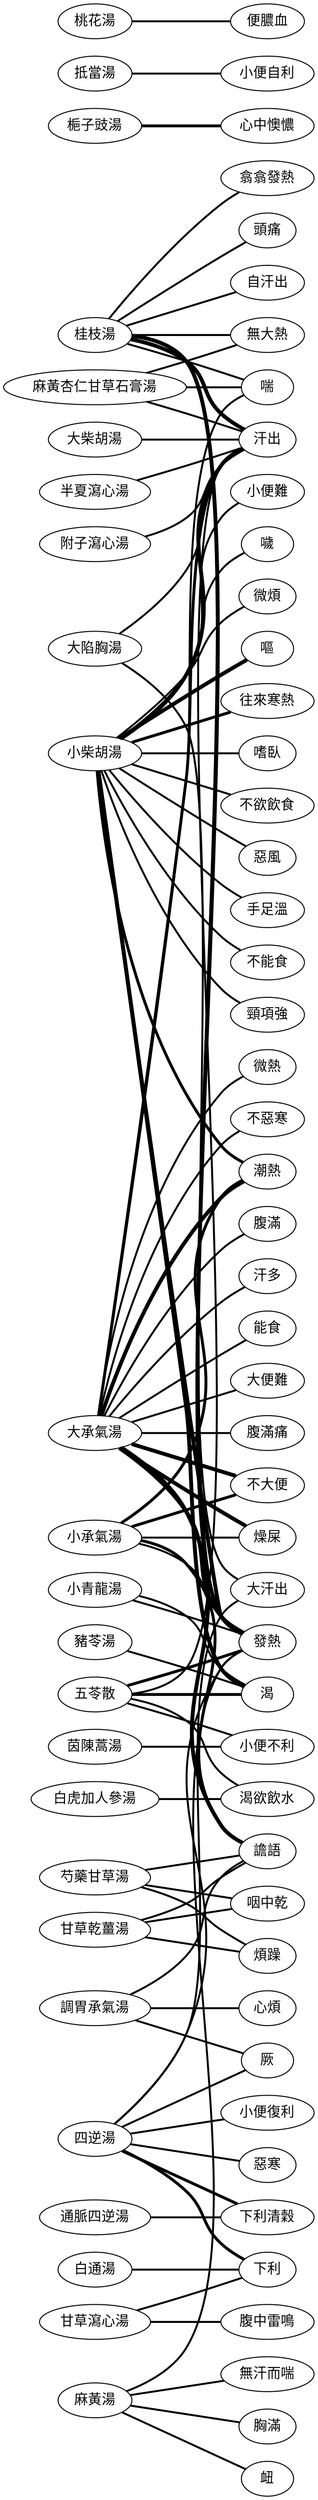
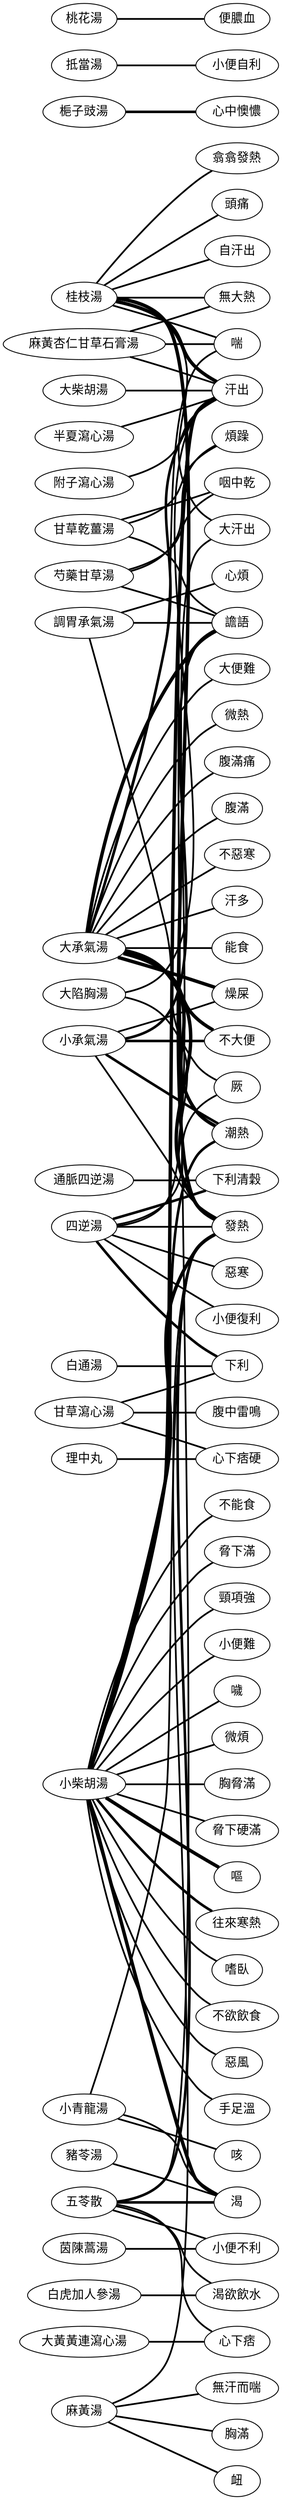
graph cooccurrence {
  rankdir=LR;
  node [fontname="Noto Sans CJK SC"];
  "桂枝湯" -- "汗出" [weight=7, penwidth=4];
  "小柴胡湯" -- "嘔" [weight=7, penwidth=4];
  "大承氣湯" -- "燥屎" [weight=6, penwidth=4];
  "大承氣湯" -- "發熱" [weight=5, penwidth=4];
  "大承氣湯" -- "不大便" [weight=5, penwidth=4];
  "桂枝湯" -- "發熱" [weight=4, penwidth=4];
  "小柴胡湯" -- "渴" [weight=4, penwidth=4];
  "小柴胡湯" -- "發熱" [weight=4, penwidth=4];
  "小柴胡湯" -- "汗出" [weight=4, penwidth=4];
  "大承氣湯" -- "潮熱" [weight=4, penwidth=4];
  "大承氣湯" -- "譫語" [weight=4, penwidth=4];
  "五苓散" -- "渴" [weight=3, penwidth=3];
  "五苓散" -- "發熱" [weight=3, penwidth=3];
  "梔子豉湯" -- "心中懊憹" [weight=3, penwidth=3];
  "四逆湯" -- "下利清穀" [weight=3, penwidth=3];
  "小柴胡湯" -- "往來寒熱" [weight=3, penwidth=3];
  "小柴胡湯" -- "潮熱" [weight=3, penwidth=3];
  "大承氣湯" -- "汗出" [weight=3, penwidth=3];
  "小承氣湯" -- "潮熱" [weight=3, penwidth=3];
  "小承氣湯" -- "不大便" [weight=3, penwidth=3];
  "小承氣湯" -- "譫語" [weight=3, penwidth=3];
  "四逆湯" -- "下利" [weight=3, penwidth=3];
  "桂枝湯" -- "翕翕發熱" [weight=2, penwidth=2];
  "桂枝湯" -- "頭痛" [weight=2, penwidth=2];
  "桂枝湯" -- "大汗出" [weight=2, penwidth=2];
  "甘草乾薑湯" -- "咽中乾" [weight=2, penwidth=2];
  "甘草乾薑湯" -- "煩躁" [weight=2, penwidth=2];
  "甘草乾薑湯" -- "譫語" [weight=2, penwidth=2];
  "芍藥甘草湯" -- "咽中乾" [weight=2, penwidth=2];
  "芍藥甘草湯" -- "煩躁" [weight=2, penwidth=2];
  "芍藥甘草湯" -- "譫語" [weight=2, penwidth=2];
  "調胃承氣湯" -- "心煩" [weight=2, penwidth=2];
  "調胃承氣湯" -- "厥" [weight=2, penwidth=2];
  "調胃承氣湯" -- "譫語" [weight=2, penwidth=2];
  "四逆湯" -- "厥" [weight=2, penwidth=2];
  "麻黃湯" -- "發熱" [weight=2, penwidth=2];
  "麻黃湯" -- "無汗而喘" [weight=2, penwidth=2];
  "麻黃湯" -- "胸滿" [weight=2, penwidth=2];
  "小柴胡湯" -- "嗜臥" [weight=2, penwidth=2];
  "小青龍湯" -- "發熱" [weight=2, penwidth=2];
+   "小青龍湯" -- "咳" [weight=2, penwidth=2];
  "小青龍湯" -- "渴" [weight=2, penwidth=2];
  "麻黃湯" -- "衄" [weight=2, penwidth=2];
  "桂枝湯" -- "自汗出" [weight=2, penwidth=2];
  "麻黃杏仁甘草石膏湯" -- "汗出" [weight=2, penwidth=2];
  "麻黃杏仁甘草石膏湯" -- "喘" [weight=2, penwidth=2];
  "麻黃杏仁甘草石膏湯" -- "無大熱" [weight=2, penwidth=2];
  "桂枝湯" -- "喘" [weight=2, penwidth=2];
  "桂枝湯" -- "無大熱" [weight=2, penwidth=2];
  "五苓散" -- "小便不利" [weight=2, penwidth=2];
  "五苓散" -- "汗出" [weight=2, penwidth=2];
  "五苓散" -- "渴欲飲水" [weight=2, penwidth=2];
  "四逆湯" -- "發熱" [weight=2, penwidth=2];
  "小柴胡湯" -- "不欲飲食" [weight=2, penwidth=2];
  "小柴胡湯" -- "惡風" [weight=2, penwidth=2];
  "小柴胡湯" -- "手足溫" [weight=2, penwidth=2];
  "小柴胡湯" -- "不能食" [weight=2, penwidth=2];
+   "小柴胡湯" -- "脅下滿" [weight=2, penwidth=2];
  "小柴胡湯" -- "頸項強" [weight=2, penwidth=2];
  "小柴胡湯" -- "小便難" [weight=2, penwidth=2];
  "小柴胡湯" -- "噦" [weight=2, penwidth=2];
  "小柴胡湯" -- "微煩" [weight=2, penwidth=2];
+   "小柴胡湯" -- "胸脅滿" [weight=2, penwidth=2];
  "抵當湯" -- "小便自利" [weight=2, penwidth=2];
  "大陷胸湯" -- "發熱" [weight=2, penwidth=2];
  "大柴胡湯" -- "汗出" [weight=2, penwidth=2];
  "大陷胸湯" -- "汗出" [weight=2, penwidth=2];
  "半夏瀉心湯" -- "汗出" [weight=2, penwidth=2];
+   "大黃黃連瀉心湯" -- "心下痞" [weight=2, penwidth=2];
  "附子瀉心湯" -- "汗出" [weight=2, penwidth=2];
+   "五苓散" -- "心下痞" [weight=2, penwidth=2];
+   "甘草瀉心湯" -- "心下痞硬" [weight=2, penwidth=2];
  "甘草瀉心湯" -- "腹中雷鳴" [weight=2, penwidth=2];
  "甘草瀉心湯" -- "下利" [weight=2, penwidth=2];
+   "理中丸" -- "心下痞硬" [weight=2, penwidth=2];
  "白虎加人參湯" -- "渴欲飲水" [weight=2, penwidth=2];
  "大承氣湯" -- "不惡寒" [weight=2, penwidth=2];
  "大承氣湯" -- "腹滿" [weight=2, penwidth=2];
  "大承氣湯" -- "喘" [weight=2, penwidth=2];
  "大承氣湯" -- "汗多" [weight=2, penwidth=2];
  "小承氣湯" -- "發熱" [weight=2, penwidth=2];
  "小承氣湯" -- "燥屎" [weight=2, penwidth=2];
  "大承氣湯" -- "能食" [weight=2, penwidth=2];
  "大承氣湯" -- "大便難" [weight=2, penwidth=2];
  "豬苓湯" -- "渴" [weight=2, penwidth=2];
+   "小柴胡湯" -- "脅下硬滿" [weight=2, penwidth=2];
  "茵陳蒿湯" -- "小便不利" [weight=2, penwidth=2];
  "大承氣湯" -- "腹滿痛" [weight=2, penwidth=2];
  "大承氣湯" -- "微熱" [weight=2, penwidth=2];
  "桃花湯" -- "便膿血" [weight=2, penwidth=2];
  "白通湯" -- "下利" [weight=2, penwidth=2];
  "通脈四逆湯" -- "下利清穀" [weight=2, penwidth=2];
  "四逆湯" -- "大汗出" [weight=2, penwidth=2];
  "四逆湯" -- "惡寒" [weight=2, penwidth=2];
  "四逆湯" -- "小便復利" [weight=2, penwidth=2];
}